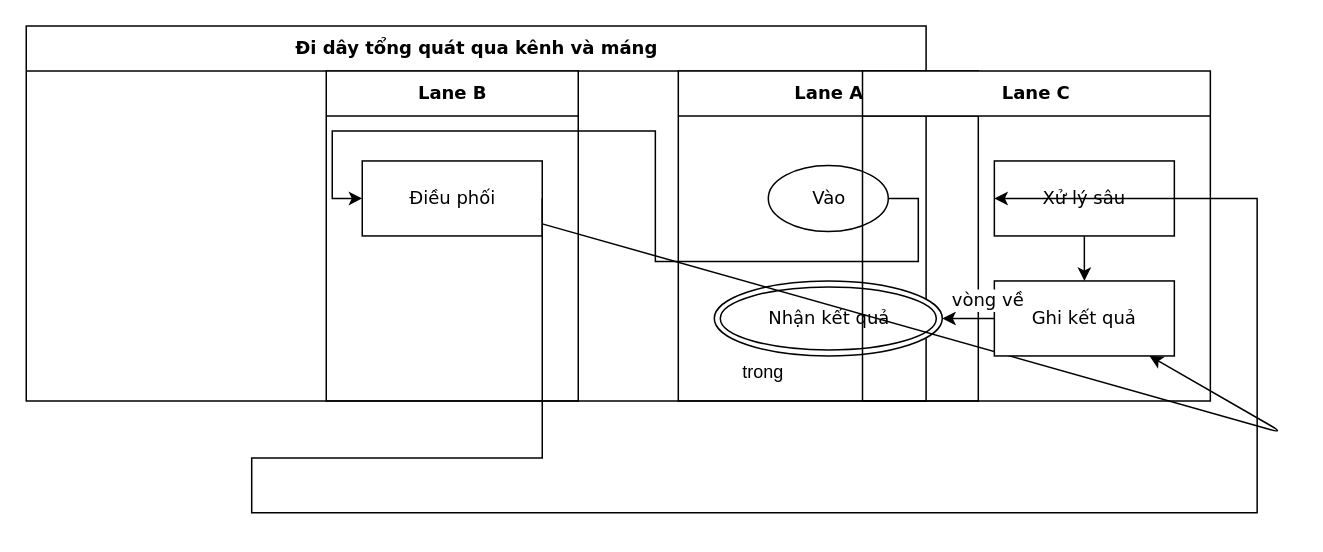
luytbq/flowcast keeps this draw.io diagram as conformance/merge/fuzz-732/flow.drawio. Above is the earlier version. Source tidied: cells renumbered, new cells numbered last; positions are measured from the earlier drawing's top-left corner, leaving out a move shared by most shapes. Both pictures are drawn from the tidied source at 150%, with x=0, y=0 at pixel (26, 26).
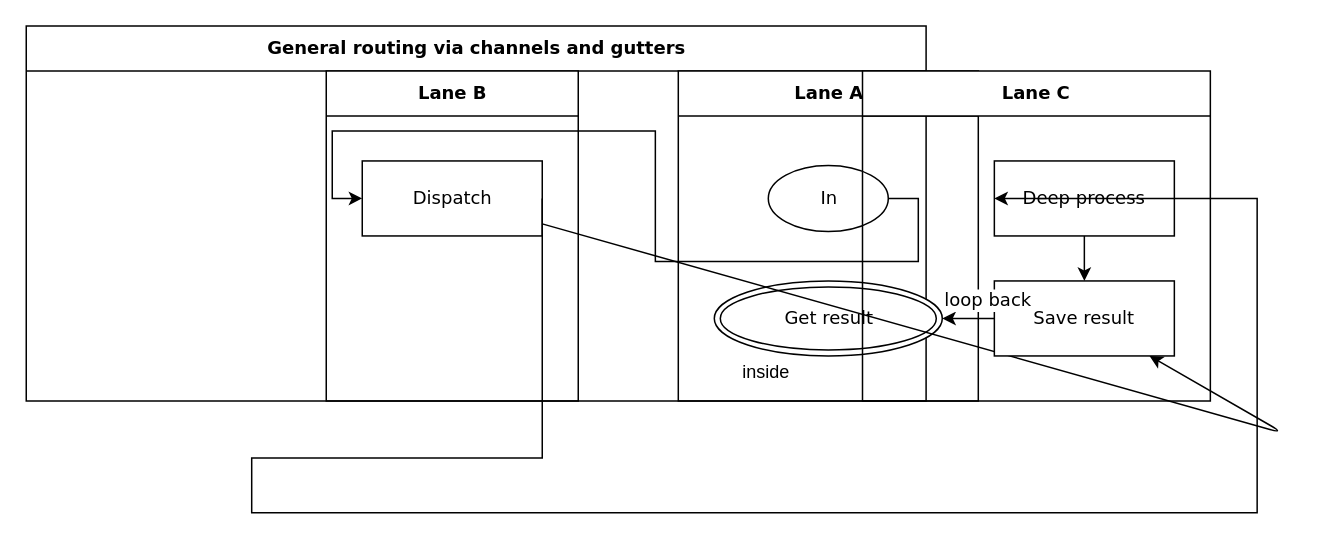
The same page after the edit.

The change refers to these unchanged cells:
```xml
<mxCell id="3" value="Lane A" style="swimlane;html=1;startSize=30;fontFamily=Verdana;fontSize=12;" parent="2" vertex="1">
  <mxGeometry x="434.7" y="30" width="200" height="220" as="geometry" />
</mxCell>
<mxCell id="4" value="Lane B" style="swimlane;html=1;startSize=30;fontFamily=Verdana;fontSize=12;" parent="2" vertex="1">
  <mxGeometry x="200" y="30" width="168" height="220" as="geometry" />
</mxCell>
<mxCell id="5" value="Lane C" style="swimlane;html=1;startSize=30;fontFamily=Verdana;fontSize=12;" parent="2" vertex="1">
  <mxGeometry x="557.5" y="30" width="231.9" height="220" as="geometry" />
</mxCell>
<mxCell id="15" style="group;" parent="1" vertex="1">
  <mxGeometry x="465.8" y="207" width="200" height="80" as="geometry" />
</mxCell>
```

The edit, as a diff of the source:
```diff
@@
-    <mxCell id="2" value="Đi dây tổng quát qua kênh và máng" style="swimlane;html=1;startSize=30;fontStyle=1;fontFamily=Verdana;fontSize=12;" parent="1" vertex="1">
+    <mxCell id="2" value="General routing via channels and gutters" style="swimlane;html=1;startSize=30;fontStyle=1;fontFamily=Verdana;fontSize=12;" parent="1" vertex="1">
       <mxGeometry y="-0.2" width="599.9" height="250" as="geometry" />
     </mxCell>
@@
-    <mxCell id="6" value="Vào" style="ellipse;html=1;fontFamily=Verdana;fontSize=12;" parent="3" vertex="1">
+    <mxCell id="6" value="In" style="ellipse;html=1;fontFamily=Verdana;fontSize=12;" parent="3" vertex="1">
       <mxGeometry x="60" y="63" width="80" height="44" as="geometry" />
     </mxCell>
-    <mxCell id="7" value="Điều phối" style="rounded=0;html=1;fontFamily=Verdana;fontSize=12;" parent="4" vertex="1">
+    <mxCell id="7" value="Dispatch" style="rounded=0;html=1;fontFamily=Verdana;fontSize=12;" parent="4" vertex="1">
       <mxGeometry x="24" y="60" width="120" height="50" as="geometry" />
     </mxCell>
-    <mxCell id="8" value="Xử lý sâu" style="rounded=0;html=1;fontFamily=Verdana;fontSize=12;" parent="5" vertex="1">
+    <mxCell id="8" value="Deep process" style="rounded=0;html=1;fontFamily=Verdana;fontSize=12;" parent="5" vertex="1">
       <mxGeometry x="87.9" y="60" width="120" height="50" as="geometry" />
     </mxCell>
-    <mxCell id="9" value="Ghi kết quả" style="rounded=0;html=1;fontFamily=Verdana;fontSize=12;" parent="5" vertex="1">
+    <mxCell id="9" value="Save result" style="rounded=0;html=1;fontFamily=Verdana;fontSize=12;" parent="5" vertex="1">
       <mxGeometry x="87.9" y="140" width="120" height="50" as="geometry" />
     </mxCell>
-    <mxCell id="10" value="Nhận kết quả" style="shape=doubleEllipse;html=1;fontFamily=Verdana;fontSize=12;" parent="3" vertex="1">
+    <mxCell id="10" value="Get result" style="shape=doubleEllipse;html=1;fontFamily=Verdana;fontSize=12;" parent="3" vertex="1">
       <mxGeometry x="24" y="140" width="152" height="50" as="geometry" />
     </mxCell>
@@
-    <mxCell id="14" value="vòng về" style="edgeStyle=orthogonalEdgeStyle;rounded=0;jettySize=auto;html=1;labelBackgroundColor=default;exitX=0;exitY=0.5;exitDx=0;exitDy=0;entryX=1;entryY=0.5;entryDx=0;entryDy=0;fontFamily=Verdana;fontSize=12;" parent="2" edge="1" source="9" target="10">
+    <mxCell id="14" value="loop back" style="edgeStyle=orthogonalEdgeStyle;rounded=0;jettySize=auto;html=1;labelBackgroundColor=default;exitX=0;exitY=0.5;exitDx=0;exitDy=0;entryX=1;entryY=0.5;entryDx=0;entryDy=0;fontFamily=Verdana;fontSize=12;" parent="2" edge="1" source="9" target="10">
       <mxGeometry x="-0.76" relative="1" as="geometry">
         <mxPoint y="-11.5" as="offset" />
       </mxGeometry>
     </mxCell>
@@
-    <mxCell id="16" value="trong" style="text;" parent="15" vertex="1">
+    <mxCell id="16" value="inside" style="text;" parent="15" vertex="1">
       <mxGeometry x="10" y="10" width="100" height="30" as="geometry" />
     </mxCell>
```
